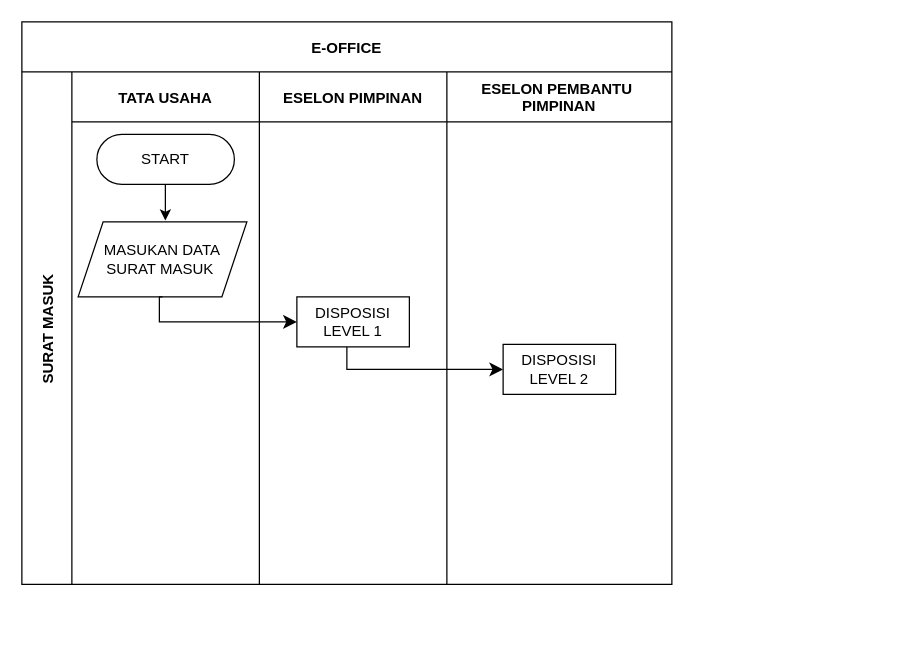
frizcool/EasyForYou keeps this draw.io diagram as Untitled Diagram.drawio. Above is the earlier version. Source tidied: cells renumbered, new cells numbered last; positions are measured from the earlier drawing's top-left corner, leaving out a move shared by most shapes. Both pictures are drawn from the tidied source at 125%, with x=0, y=0 at pixel (21, 21).
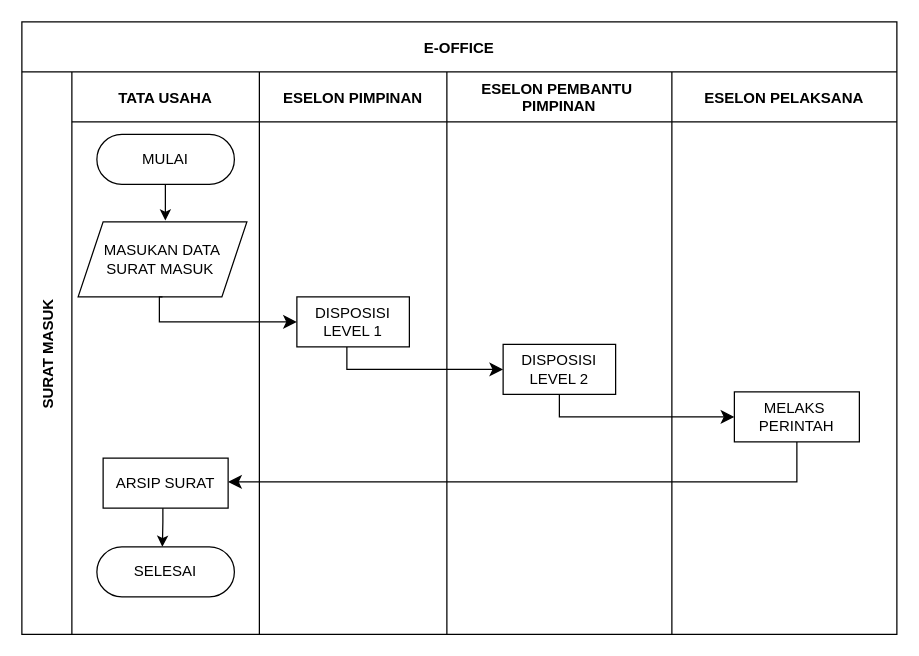
The same diagram, later.

Diff of the diagram source:
```diff
@@
     <mxCell id="2" value="E-OFFICE" style="shape=table;childLayout=tableLayout;startSize=40;fillColor=none;fontStyle=1;" parent="1" vertex="1">
-      <mxGeometry width="520" height="450" as="geometry" />
+      <mxGeometry width="700" height="490" as="geometry" />
     </mxCell>
     <mxCell id="3" value="SURAT MASUK" style="shape=tableRow;horizontal=0;swimlaneHead=0;swimlaneBody=0;top=0;left=0;bottom=0;right=0;fillColor=none;startSize=40;fontStyle=1;" parent="2" vertex="1">
-      <mxGeometry y="40" width="520" height="410" as="geometry" />
+      <mxGeometry y="40" width="700" height="450" as="geometry" />
     </mxCell>
     <mxCell id="4" value="TATA USAHA" style="swimlane;swimlaneHead=0;swimlaneBody=0;fillColor=none;startSize=40;fontStyle=1;" parent="3" vertex="1">
-      <mxGeometry x="40" width="150" height="410" as="geometry" />
+      <mxGeometry x="40" width="150" height="450" as="geometry" />
     </mxCell>
-    <mxCell id="5" value="START" style="rounded=1;whiteSpace=wrap;html=1;arcSize=50;" parent="4" vertex="1">
+    <mxCell id="5" value="MULAI" style="rounded=1;whiteSpace=wrap;html=1;arcSize=50;" parent="4" vertex="1">
       <mxGeometry x="20" y="50" width="110" height="40" as="geometry" />
     </mxCell>
@@
+    <mxCell id="14" value="ARSIP SURAT" style="rounded=0;whiteSpace=wrap;html=1;" parent="4" vertex="1">
+      <mxGeometry x="25" y="309" width="100" height="40" as="geometry" />
+    </mxCell>
+    <mxCell id="15" value="SELESAI" style="rounded=1;whiteSpace=wrap;html=1;arcSize=50;" parent="4" vertex="1">
+      <mxGeometry x="20" y="380" width="110" height="40" as="geometry" />
+    </mxCell>
+    <mxCell id="16" style="edgeStyle=orthogonalEdgeStyle;rounded=0;jettySize=auto;html=1;exitX=0.478;exitY=1.003;exitDx=0;exitDy=0;exitPerimeter=0;" parent="4" edge="1" source="14">
+      <mxGeometry relative="1" as="geometry">
+        <mxPoint x="72.4" y="380" as="targetPoint" />
+        <Array as="points">
+          <mxPoint x="73" y="360" />
+          <mxPoint x="72" y="360" />
+        </Array>
+      </mxGeometry>
+    </mxCell>
     <mxCell id="8" value="ESELON PIMPINAN" style="swimlane;swimlaneHead=0;swimlaneBody=0;fillColor=none;startSize=40;fontStyle=1;" parent="3" vertex="1">
-      <mxGeometry x="190" width="150" height="410" as="geometry" />
+      <mxGeometry x="190" width="150" height="450" as="geometry" />
     </mxCell>
@@
     <mxCell id="11" value="ESELON PEMBANTU &#10;PIMPINAN" style="swimlane;swimlaneHead=0;swimlaneBody=0;fillColor=none;startSize=40;fontStyle=1;" parent="3" vertex="1">
-      <mxGeometry x="340" width="180" height="410" as="geometry" />
+      <mxGeometry x="340" width="180" height="450" as="geometry" />
     </mxCell>
@@
+    <mxCell id="17" style="edgeStyle=segmentEdgeStyle;endArrow=classic;html=1;curved=0;rounded=0;endSize=8;startSize=8;entryX=0;entryY=0.5;entryDx=0;entryDy=0;" parent="11" edge="1" target="19">
+      <mxGeometry relative="1" as="geometry">
+        <mxPoint x="90" y="258" as="sourcePoint" />
+        <Array as="points">
+          <mxPoint x="90" y="276" />
+        </Array>
+      </mxGeometry>
+    </mxCell>
+    <mxCell id="18" value="ESELON PELAKSANA" style="swimlane;swimlaneHead=0;swimlaneBody=0;fillColor=none;startSize=40;fontStyle=1;" parent="3" vertex="1">
+      <mxGeometry x="520" width="180" height="450" as="geometry" />
+    </mxCell>
+    <mxCell id="19" value="MELAKS&amp;nbsp;&lt;div&gt;PERINTAH&lt;/div&gt;" style="rounded=0;whiteSpace=wrap;html=1;" parent="18" vertex="1">
+      <mxGeometry x="50" y="256" width="100" height="40" as="geometry" />
+    </mxCell>
@@
+    <mxCell id="20" style="edgeStyle=segmentEdgeStyle;endArrow=classic;html=1;curved=0;rounded=0;endSize=8;startSize=8;exitX=0.5;exitY=1;exitDx=0;exitDy=0;" parent="3" edge="1" source="19" target="14">
+      <mxGeometry relative="1" as="geometry">
+        <Array as="points">
+          <mxPoint x="620" y="328" />
+        </Array>
+      </mxGeometry>
+    </mxCell>
```
